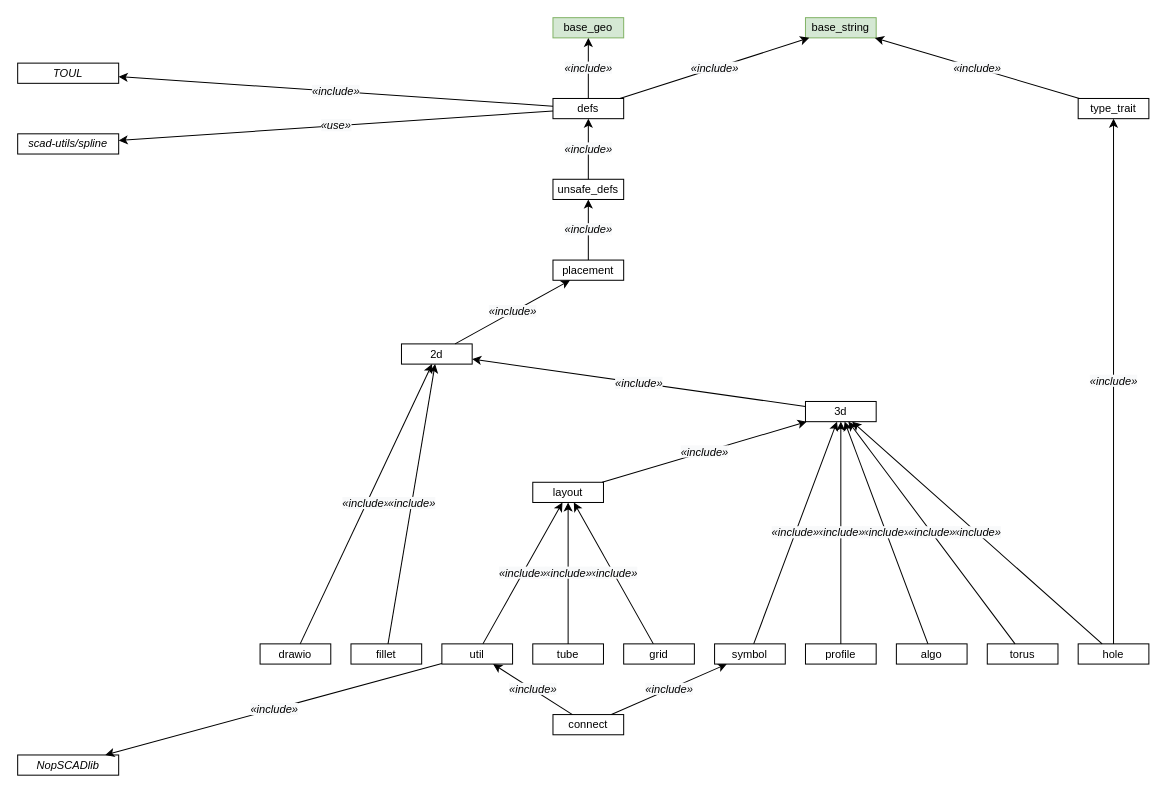
Above: page "foundation" (2 of 2) of docs/dep-tree.drawio in ggabbiani/OFL (draw.io), before the change. Source tidied: cells renumbered, new cells numbered last; positions are measured from the earlier drawing's top-left corner, leaving out a move shared by most shapes. Both pictures are drawn from the tidied source at 101%, with x=0, y=0 at pixel (17, 17).
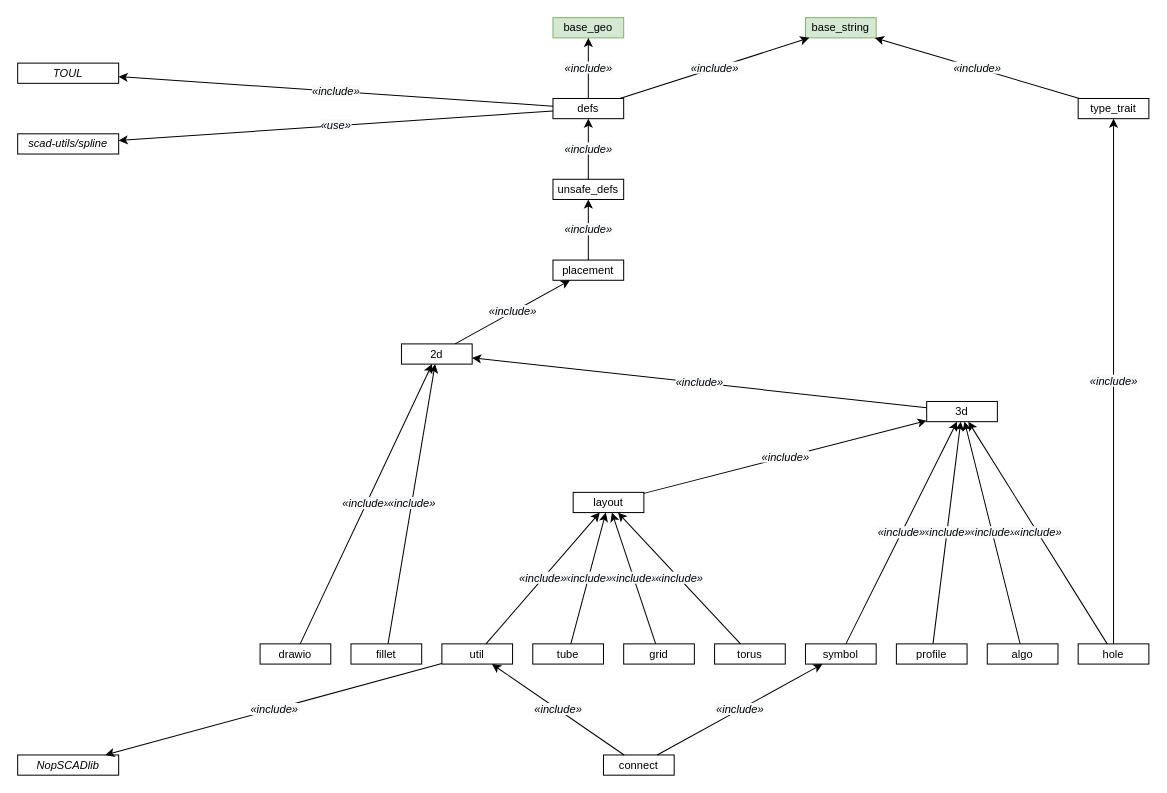
The same page after the edit.

The edit, as a diff of the source:
```diff
@@
     <mxCell id="14" value="3d" style="rounded=0;whiteSpace=wrap;html=1;fontFamily=Helvetica;fontSize=11;" parent="1" vertex="1">
-      <mxGeometry x="780" y="380" width="70" height="20" as="geometry" />
+      <mxGeometry x="900" y="380" width="70" height="20" as="geometry" />
     </mxCell>
@@
     <mxCell id="16" value="algo" style="rounded=0;whiteSpace=wrap;html=1;fontFamily=Helvetica;fontSize=11;" parent="1" vertex="1">
-      <mxGeometry x="870" y="620" width="70" height="20" as="geometry" />
+      <mxGeometry x="960" y="620" width="70" height="20" as="geometry" />
     </mxCell>
@@
     <mxCell id="19" value="connect" style="rounded=0;whiteSpace=wrap;html=1;fontFamily=Helvetica;fontSize=11;" parent="1" vertex="1">
-      <mxGeometry x="530" y="690" width="70" height="20" as="geometry" />
+      <mxGeometry x="580" y="730" width="70" height="20" as="geometry" />
     </mxCell>
@@
     <mxCell id="30" value="layout" style="rounded=0;whiteSpace=wrap;html=1;fontFamily=Helvetica;fontSize=11;" parent="1" vertex="1">
-      <mxGeometry x="510" y="460" width="70" height="20" as="geometry" />
+      <mxGeometry x="550" y="470" width="70" height="20" as="geometry" />
     </mxCell>
@@
     <mxCell id="38" value="profile" style="rounded=0;whiteSpace=wrap;html=1;fontFamily=Helvetica;fontSize=11;" parent="1" vertex="1">
-      <mxGeometry x="780" y="620" width="70" height="20" as="geometry" />
+      <mxGeometry x="870" y="620" width="70" height="20" as="geometry" />
     </mxCell>
@@
     <mxCell id="40" value="symbol" style="rounded=0;whiteSpace=wrap;html=1;fontFamily=Helvetica;fontSize=11;" parent="1" vertex="1">
-      <mxGeometry x="690" y="620" width="70" height="20" as="geometry" />
+      <mxGeometry x="780" y="620" width="70" height="20" as="geometry" />
     </mxCell>
@@
     <mxCell id="42" value="torus" style="rounded=0;whiteSpace=wrap;html=1;fontFamily=Helvetica;fontSize=11;" parent="1" vertex="1">
-      <mxGeometry x="960" y="620" width="70" height="20" as="geometry" />
+      <mxGeometry x="690" y="620" width="70" height="20" as="geometry" />
     </mxCell>
-    <mxCell id="43" value="&lt;span style=&quot;font-size: 11px; background-color: rgb(248, 249, 250);&quot;&gt;«include»&lt;/span&gt;" style="edgeStyle=none;rounded=0;jettySize=auto;html=1;startArrow=classic;startFill=1;endArrow=none;endFill=0;labelBackgroundColor=none;fontFamily=Helvetica;fontSize=11;fontStyle=2;" parent="1" edge="1" source="14" target="42">
+    <mxCell id="43" value="&lt;span style=&quot;font-size: 11px; background-color: rgb(248, 249, 250);&quot;&gt;«include»&lt;/span&gt;" style="edgeStyle=none;rounded=0;jettySize=auto;html=1;startArrow=classic;startFill=1;endArrow=none;endFill=0;labelBackgroundColor=none;fontFamily=Helvetica;fontSize=11;fontStyle=2;" parent="1" edge="1" source="30" target="42">
       <mxGeometry relative="1" as="geometry" />
     </mxCell>
```
